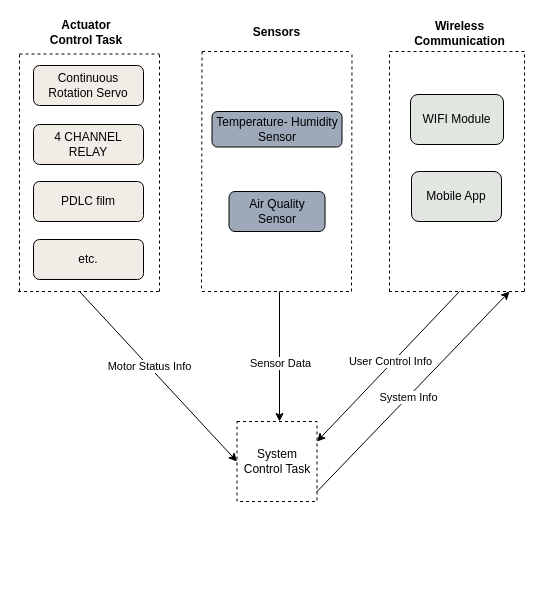
The draw.io diagram Part1.2_BlockDiagram.drawio in ese5160/final-project-a07g-a14g-t18-dualcore, before the edit. Source tidied: cells renumbered, new cells numbered last; positions are measured from the earlier drawing's top-left corner, leaving out a move shared by most shapes. Both pictures are drawn from the tidied source at 100%, with x=0, y=0 at pixel (17, 16).
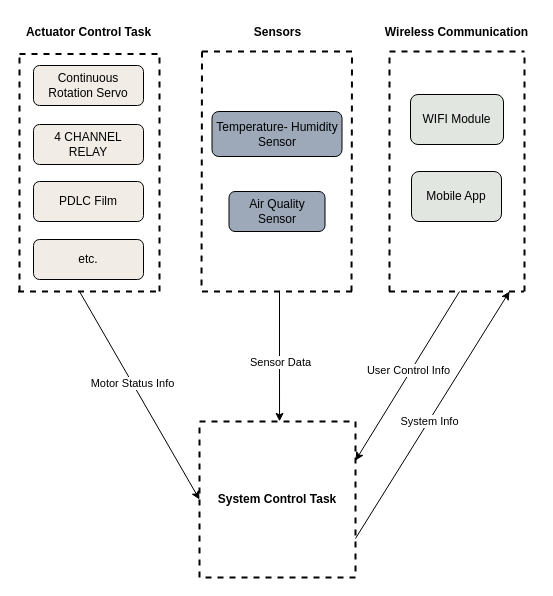
After the change.

Diff of the diagram source:
```diff
@@
     <mxCell id="3" value="Temperature- Humidity Sensor" style="rounded=1;whiteSpace=wrap;html=1;strokeColor=default;align=center;verticalAlign=middle;fontFamily=Helvetica;fontSize=12;fontColor=default;fillColor=light-dark(#9da8b9, #ededed);labelBackgroundColor=light-dark(#9da8b9, #ededed);" parent="1" vertex="1">
-      <mxGeometry x="194.5" y="95" width="130" height="35.5" as="geometry" />
+      <mxGeometry x="194.5" y="95" width="130" height="45" as="geometry" />
     </mxCell>
@@
-    <mxCell id="6" style="endArrow=none;dashed=1;html=1;rounded=0;" parent="1" edge="1">
+    <mxCell id="6" style="endArrow=none;dashed=1;html=1;rounded=0;strokeWidth=2;" parent="1" edge="1">
       <mxGeometry relative="1" as="geometry">
         <mxPoint x="372" y="35" as="sourcePoint" />
         <mxPoint x="507" y="35" as="targetPoint" />
       </mxGeometry>
     </mxCell>
-    <mxCell id="7" style="endArrow=none;dashed=1;html=1;rounded=0;" parent="1" edge="1">
+    <mxCell id="7" style="endArrow=none;dashed=1;html=1;rounded=0;strokeWidth=2;" parent="1" edge="1">
       <mxGeometry relative="1" as="geometry">
         <mxPoint x="371.5" y="275" as="sourcePoint" />
         <mxPoint x="506.5" y="275" as="targetPoint" />
       </mxGeometry>
     </mxCell>
-    <mxCell id="8" style="endArrow=none;dashed=1;html=1;rounded=0;" parent="1" edge="1">
+    <mxCell id="8" style="endArrow=none;dashed=1;html=1;rounded=0;strokeWidth=2;" parent="1" edge="1">
       <mxGeometry relative="1" as="geometry">
         <mxPoint x="372" y="275" as="sourcePoint" />
         <mxPoint x="372" y="35" as="targetPoint" />
       </mxGeometry>
     </mxCell>
-    <mxCell id="9" style="endArrow=none;dashed=1;html=1;rounded=0;" parent="1" edge="1">
+    <mxCell id="9" style="endArrow=none;dashed=1;html=1;rounded=0;strokeWidth=2;" parent="1" edge="1">
       <mxGeometry relative="1" as="geometry">
         <mxPoint x="507" y="275" as="sourcePoint" />
         <mxPoint x="507" y="36" as="targetPoint" />
       </mxGeometry>
     </mxCell>
-    <mxCell id="10" value="System Control Task" style="whiteSpace=wrap;html=1;dashed=1;" parent="1" vertex="1">
-      <mxGeometry x="219.5" y="405" width="80" height="80" as="geometry" />
+    <mxCell id="10" value="&lt;b&gt;System Control Task&lt;/b&gt;" style="whiteSpace=wrap;html=1;dashed=1;strokeWidth=2;" parent="1" vertex="1">
+      <mxGeometry x="182" y="405" width="156" height="156" as="geometry" />
     </mxCell>
     <mxCell id="11" value="&lt;b&gt;Wireless Communication&lt;/b&gt;" style="text;html=1;align=center;verticalAlign=middle;whiteSpace=wrap;rounded=0;" parent="1" vertex="1">
-      <mxGeometry x="405" y="2" width="74.5" height="30" as="geometry" />
+      <mxGeometry x="359.5" y="0.5" width="159" height="30" as="geometry" />
     </mxCell>
-    <mxCell id="12" style="endArrow=none;dashed=1;html=1;rounded=0;" parent="1" edge="1">
+    <mxCell id="12" style="endArrow=none;dashed=1;html=1;rounded=0;strokeWidth=2;" parent="1" edge="1">
       <mxGeometry relative="1" as="geometry">
         <mxPoint x="2" y="37.5" as="sourcePoint" />
         <mxPoint x="142" y="37.5" as="targetPoint" />
       </mxGeometry>
     </mxCell>
-    <mxCell id="13" style="endArrow=none;dashed=1;html=1;rounded=0;" parent="1" edge="1">
+    <mxCell id="13" style="endArrow=none;dashed=1;html=1;rounded=0;strokeWidth=2;" parent="1" edge="1">
       <mxGeometry relative="1" as="geometry">
         <mxPoint x="2" y="275" as="sourcePoint" />
         <mxPoint x="2" y="37.5" as="targetPoint" />
       </mxGeometry>
     </mxCell>
-    <mxCell id="14" style="endArrow=none;dashed=1;html=1;rounded=0;" parent="1" edge="1">
+    <mxCell id="14" style="endArrow=none;dashed=1;html=1;rounded=0;strokeWidth=2;" parent="1" edge="1">
       <mxGeometry relative="1" as="geometry">
         <mxPoint x="142" y="275" as="sourcePoint" />
         <mxPoint x="142" y="37.5" as="targetPoint" />
       </mxGeometry>
     </mxCell>
     <mxCell id="15" value="&lt;b&gt;Sensors&lt;/b&gt;" style="text;html=1;align=center;verticalAlign=middle;whiteSpace=wrap;rounded=0;" parent="1" vertex="1">
-      <mxGeometry x="219.5" y="0.5" width="78.5" height="30" as="geometry" />
+      <mxGeometry x="220.7" y="0.5" width="78.5" height="30" as="geometry" />
     </mxCell>
@@
-    <mxCell id="18" style="endArrow=classic;html=1;rounded=0;" parent="1" edge="1">
+    <mxCell id="18" style="endArrow=classic;html=1;rounded=0;entryX=0.513;entryY=-0.001;entryDx=0;entryDy=0;entryPerimeter=0;" parent="1" edge="1" target="10">
       <mxGeometry relative="1" as="geometry">
         <mxPoint x="262" y="275" as="sourcePoint" />
-        <mxPoint x="262" y="405" as="targetPoint" />
       </mxGeometry>
     </mxCell>
@@
-    <mxCell id="20" value="&lt;span&gt;PDLC film&lt;/span&gt;" style="rounded=1;whiteSpace=wrap;html=1;strokeColor=default;align=center;verticalAlign=middle;fontFamily=Helvetica;fontSize=12;fontColor=default;fillColor=light-dark(#f1ece6, #ededed);labelBackgroundColor=light-dark(#f1ece6, #ededed);" parent="1" vertex="1">
+    <mxCell id="20" value="&lt;span&gt;PDLC Film&lt;/span&gt;" style="rounded=1;whiteSpace=wrap;html=1;strokeColor=default;align=center;verticalAlign=middle;fontFamily=Helvetica;fontSize=12;fontColor=default;fillColor=light-dark(#f1ece6, #ededed);labelBackgroundColor=light-dark(#f1ece6, #ededed);" parent="1" vertex="1">
       <mxGeometry x="16" y="165" width="110" height="40" as="geometry" />
     </mxCell>
-    <mxCell id="21" style="endArrow=none;dashed=1;html=1;rounded=0;" parent="1" edge="1">
+    <mxCell id="21" style="endArrow=none;dashed=1;html=1;rounded=0;strokeWidth=2;" parent="1" edge="1">
       <mxGeometry relative="1" as="geometry">
         <mxPoint x="0.5" y="275" as="sourcePoint" />
         <mxPoint x="141.5" y="275" as="targetPoint" />
       </mxGeometry>
     </mxCell>
@@
-    <mxCell id="25" style="endArrow=none;dashed=1;html=1;rounded=0;" parent="1" edge="1">
+    <mxCell id="25" style="endArrow=none;dashed=1;html=1;rounded=0;strokeWidth=2;" parent="1" edge="1">
       <mxGeometry relative="1" as="geometry">
         <mxPoint x="184.5" y="35" as="sourcePoint" />
         <mxPoint x="334.5" y="35" as="targetPoint" />
       </mxGeometry>
     </mxCell>
-    <mxCell id="26" style="endArrow=none;dashed=1;html=1;rounded=0;" parent="1" edge="1">
+    <mxCell id="26" style="endArrow=none;dashed=1;html=1;rounded=0;strokeWidth=2;" parent="1" edge="1">
       <mxGeometry relative="1" as="geometry">
         <mxPoint x="184.5" y="35" as="sourcePoint" />
         <mxPoint x="184" y="275" as="targetPoint" />
       </mxGeometry>
     </mxCell>
-    <mxCell id="27" style="endArrow=none;dashed=1;html=1;rounded=0;" parent="1" edge="1">
+    <mxCell id="27" style="endArrow=none;dashed=1;html=1;rounded=0;strokeWidth=2;" parent="1" edge="1">
       <mxGeometry relative="1" as="geometry">
         <mxPoint x="184.5" y="275" as="sourcePoint" />
         <mxPoint x="334.5" y="275" as="targetPoint" />
       </mxGeometry>
     </mxCell>
-    <mxCell id="28" style="endArrow=none;dashed=1;html=1;rounded=0;" parent="1" edge="1">
+    <mxCell id="28" style="endArrow=none;dashed=1;html=1;rounded=0;strokeWidth=2;" parent="1" edge="1">
       <mxGeometry relative="1" as="geometry">
         <mxPoint x="334" y="275" as="sourcePoint" />
         <mxPoint x="334.5" y="35" as="targetPoint" />
       </mxGeometry>
     </mxCell>
@@
     <mxCell id="31" value="&lt;b&gt;Actuator Control Task&lt;/b&gt;" style="text;html=1;align=center;verticalAlign=middle;whiteSpace=wrap;rounded=0;" parent="1" vertex="1">
-      <mxGeometry x="27" y="0.5" width="83.5" height="30" as="geometry" />
+      <mxGeometry x="2" y="0.5" width="139" height="30" as="geometry" />
     </mxCell>
-    <mxCell id="32" style="endArrow=classic;html=1;rounded=0;exitX=0.994;exitY=0.883;exitDx=0;exitDy=0;exitPerimeter=0;" parent="1" edge="1" source="10">
+    <mxCell id="32" style="endArrow=classic;html=1;rounded=0;exitX=1;exitY=0.75;exitDx=0;exitDy=0;" parent="1" edge="1" source="10">
       <mxGeometry relative="1" as="geometry">
         <mxPoint x="492" y="275" as="targetPoint" />
       </mxGeometry>
     </mxCell>
```
